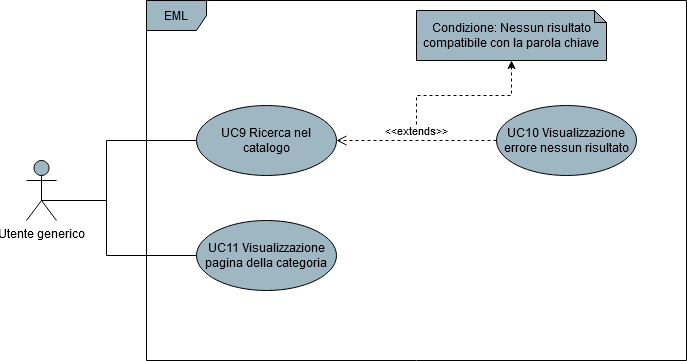
Before: DocumentazioneEsterna/AnalisiDeiRequisiti/res/UseCase/Immagini/NavigazioneCatalogoGenerale.png, a diagram exported from draw.io (Omicron-Team/Documentazione). Source tidied: cells renumbered, new cells last; positions are measured from the earlier drawing's top-left corner, leaving out a move shared by most shapes.
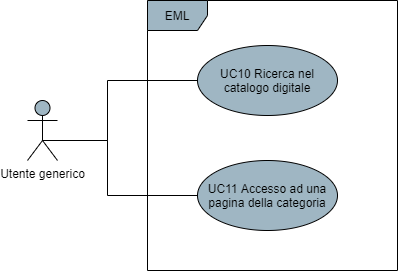
Above is the later version.

Diff of the diagram source:
```diff
@@ -14,25 +14,11 @@
       <mxGeometry y="160" width="30" height="60" as="geometry" />
     </mxCell>
     <mxCell id="4" value="EML" style="shape=umlFrame;whiteSpace=wrap;html=1;fillColor=#9FB6C3;" parent="1" vertex="1">
-      <mxGeometry x="120" width="540" height="360" as="geometry" />
+      <mxGeometry x="120" y="60" width="250" height="270" as="geometry" />
     </mxCell>
-    <mxCell id="5" value="UC9 Ricerca nel catalogo" style="ellipse;whiteSpace=wrap;html=1;fillColor=#9FB6C3;" parent="1" vertex="1">
+    <mxCell id="5" value="UC10 Ricerca nel catalogo digitale" style="ellipse;whiteSpace=wrap;html=1;fillColor=#9FB6C3;" parent="1" vertex="1">
       <mxGeometry x="170" y="105" width="140" height="70" as="geometry" />
     </mxCell>
-    <mxCell id="6" style="edgeStyle=orthogonalEdgeStyle;rounded=0;jettySize=auto;html=1;dashed=1;" parent="1" edge="1" target="9">
-      <mxGeometry relative="1" as="geometry">
-        <mxPoint x="390" y="130" as="sourcePoint" />
-      </mxGeometry>
-    </mxCell>
-    <mxCell id="7" value="UC10 Visualizzazione errore nessun risultato" style="ellipse;whiteSpace=wrap;html=1;fillColor=#9FB6C3;" parent="1" vertex="1">
-      <mxGeometry x="470" y="105" width="140" height="70" as="geometry" />
-    </mxCell>
-    <mxCell id="8" value="&amp;lt;&amp;lt;extends&amp;gt;&amp;gt;" style="html=1;verticalAlign=bottom;endArrow=open;dashed=1;endSize=8;entryX=1;entryY=0.5;entryDx=0;entryDy=0;" parent="1" edge="1" source="7" target="5">
-      <mxGeometry relative="1" as="geometry" />
-    </mxCell>
-    <mxCell id="9" value="Condizione: Nessun risultato compatibile con la parola chiave" style="shape=note;whiteSpace=wrap;html=1;backgroundOutline=1;darkOpacity=0.05;fillColor=#9FB6C3;size=12;" parent="1" vertex="1">
-      <mxGeometry x="390" y="10" width="190" height="50" as="geometry" />
-    </mxCell>
     <mxCell id="10" style="edgeStyle=orthogonalEdgeStyle;rounded=0;jettySize=auto;html=1;entryX=0.5;entryY=0.5;entryDx=0;entryDy=0;entryPerimeter=0;endArrow=none;endFill=0;" parent="1" edge="1" source="11" target="3">
       <mxGeometry relative="1" as="geometry">
         <Array as="points">
@@ -42,7 +28,7 @@
         </Array>
       </mxGeometry>
     </mxCell>
-    <mxCell id="11" value="UC11 Visualizzazione pagina della categoria" style="ellipse;whiteSpace=wrap;html=1;fillColor=#9FB6C3;" parent="1" vertex="1">
+    <mxCell id="11" value="UC11 Accesso ad una pagina della categoria" style="ellipse;whiteSpace=wrap;html=1;fillColor=#9FB6C3;" parent="1" vertex="1">
       <mxGeometry x="170" y="220" width="140" height="70" as="geometry" />
     </mxCell>
   </root>
```
